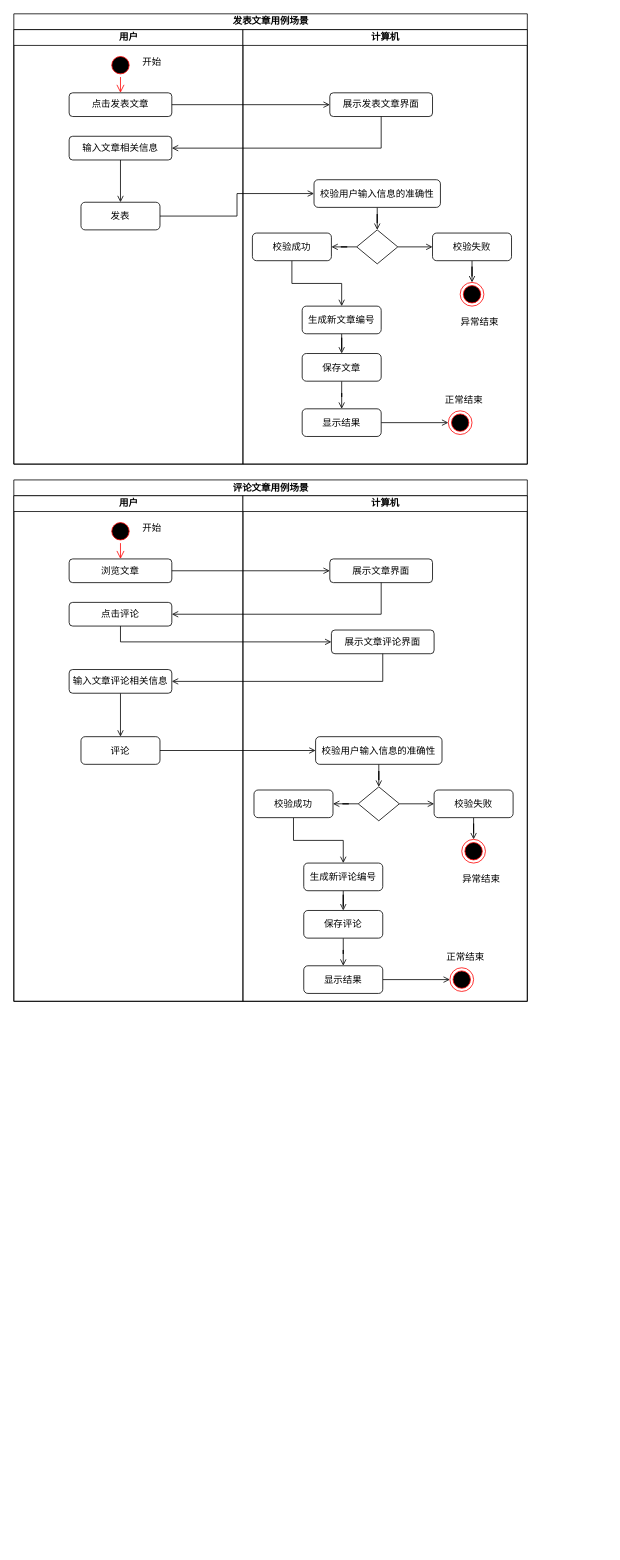
The draw.io diagram uml-系统用例场景.drawio in JMHello/draw, before the edit. Source tidied: cells renumbered, new cells numbered last; positions are measured from the earlier drawing's top-left corner, leaving out a move shared by most shapes. Both pictures are drawn from the tidied source at 79%, with x=0, y=0 at pixel (13, 13).
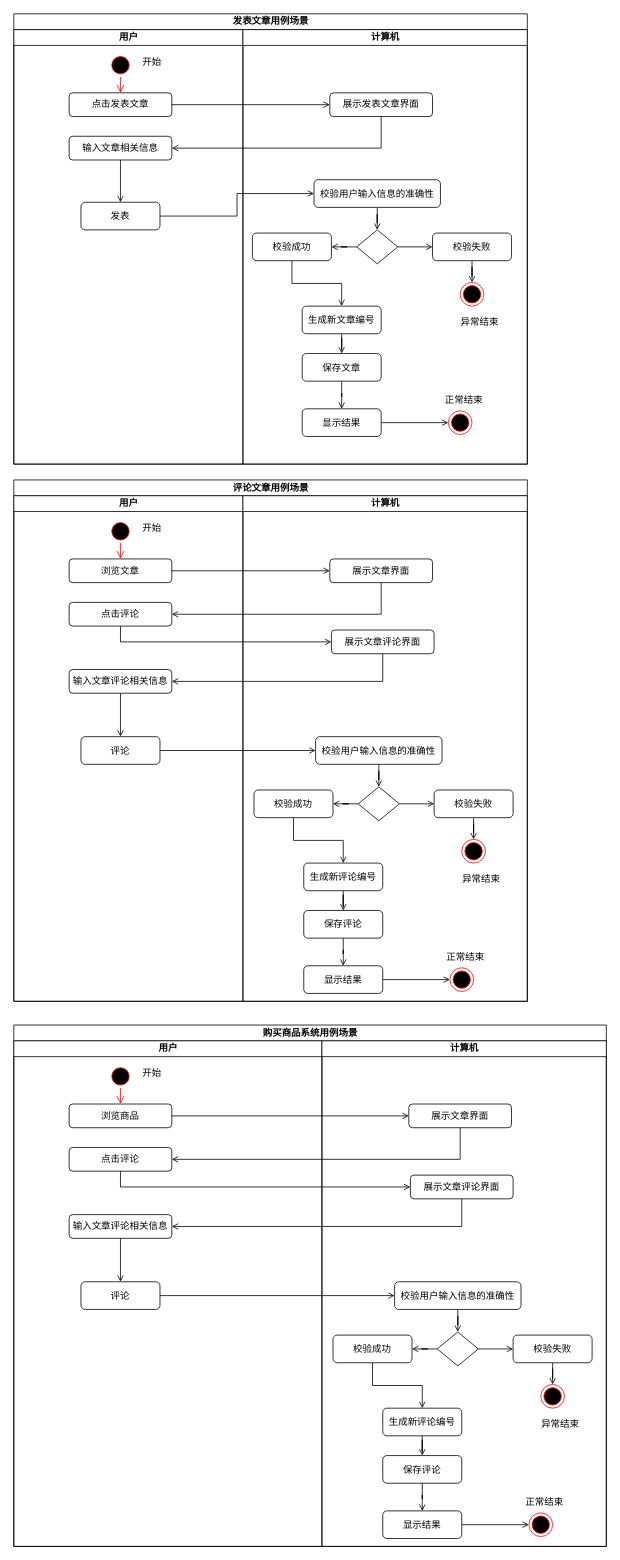
The same page after the edit.

Commit message:
Update uml-系统用例场景.drawio

Diff of the diagram source:
```diff
@@
+    <mxCell id="72" value="购买商品系统用例场景" style="swimlane;html=1;startSize=20;" parent="1" vertex="1">
+      <mxGeometry y="1280" width="750" height="660" as="geometry" />
+    </mxCell>
+    <mxCell id="73" value="用户" style="swimlane;html=1;startSize=20;" parent="72" vertex="1">
+      <mxGeometry y="20" width="390" height="640" as="geometry" />
+    </mxCell>
+    <mxCell id="74" style="ellipse;html=1;shape=startState;fillColor=#000000;strokeColor=#ff0000;" parent="73" vertex="1">
+      <mxGeometry x="120" y="30" width="30" height="30" as="geometry" />
+    </mxCell>
+    <mxCell id="75" style="edgeStyle=orthogonalEdgeStyle;html=1;verticalAlign=bottom;endArrow=open;endSize=8;strokeColor=#ff0000;entryX=0.5;entryY=0;entryDx=0;entryDy=0;" parent="73" edge="1" source="74" target="76">
+      <mxGeometry relative="1" as="geometry" />
+    </mxCell>
+    <mxCell id="76" value="浏览商品" style="rounded=1;whiteSpace=wrap;html=1;" parent="73" vertex="1">
+      <mxGeometry x="70" y="80" width="130" height="30" as="geometry" />
+    </mxCell>
+    <mxCell id="77" value="点击评论" style="rounded=1;whiteSpace=wrap;html=1;" parent="73" vertex="1">
+      <mxGeometry x="70" y="135" width="130" height="30" as="geometry" />
+    </mxCell>
+    <mxCell id="78" style="edgeStyle=orthogonalEdgeStyle;rounded=0;jettySize=auto;html=1;endArrow=open;endFill=0;" parent="73" edge="1" source="79" target="80">
+      <mxGeometry relative="1" as="geometry" />
+    </mxCell>
+    <mxCell id="79" value="输入文章评论相关信息" style="rounded=1;whiteSpace=wrap;html=1;" parent="73" vertex="1">
+      <mxGeometry x="70" y="220" width="130" height="30" as="geometry" />
+    </mxCell>
+    <mxCell id="80" value="评论" style="rounded=1;whiteSpace=wrap;html=1;" parent="73" vertex="1">
+      <mxGeometry x="85" y="305" width="100" height="35" as="geometry" />
+    </mxCell>
+    <mxCell id="81" value="开始" style="text;html=1;strokeColor=none;fillColor=none;align=center;verticalAlign=middle;whiteSpace=wrap;rounded=0;" parent="73" vertex="1">
+      <mxGeometry x="150" y="32" width="50" height="18" as="geometry" />
+    </mxCell>
+    <mxCell id="82" style="edgeStyle=orthogonalEdgeStyle;rounded=0;jettySize=auto;html=1;entryX=0;entryY=0.5;entryDx=0;entryDy=0;endArrow=open;endFill=0;" parent="72" edge="1" source="80" target="86">
+      <mxGeometry relative="1" as="geometry" />
+    </mxCell>
+    <mxCell id="83" value="计算机" style="swimlane;html=1;startSize=20;" parent="72" vertex="1">
+      <mxGeometry x="390" y="20" width="360" height="640" as="geometry" />
+    </mxCell>
+    <mxCell id="84" value="展示文章界面" style="rounded=1;whiteSpace=wrap;html=1;" parent="83" vertex="1">
+      <mxGeometry x="110" y="80" width="130" height="30" as="geometry" />
+    </mxCell>
+    <mxCell id="85" style="edgeStyle=orthogonalEdgeStyle;rounded=0;jettySize=auto;html=1;entryX=0.5;entryY=0;entryDx=0;entryDy=0;endArrow=open;endFill=0;" parent="83" edge="1" source="86" target="89">
+      <mxGeometry relative="1" as="geometry" />
+    </mxCell>
+    <mxCell id="86" value="校验用户输入信息的准确性" style="rounded=1;whiteSpace=wrap;html=1;" parent="83" vertex="1">
+      <mxGeometry x="92" y="305" width="160" height="35" as="geometry" />
+    </mxCell>
+    <mxCell id="87" style="edgeStyle=orthogonalEdgeStyle;rounded=0;jettySize=auto;html=1;entryX=0;entryY=0.5;entryDx=0;entryDy=0;endArrow=open;endFill=0;" parent="83" edge="1" source="89" target="91">
+      <mxGeometry relative="1" as="geometry" />
+    </mxCell>
+    <mxCell id="88" style="edgeStyle=orthogonalEdgeStyle;rounded=0;jettySize=auto;html=1;entryX=1;entryY=0.5;entryDx=0;entryDy=0;endArrow=open;endFill=0;" parent="83" edge="1" source="89" target="93">
+      <mxGeometry relative="1" as="geometry" />
+    </mxCell>
+    <mxCell id="89" style="rhombus;whiteSpace=wrap;html=1;" parent="83" vertex="1">
+      <mxGeometry x="146" y="368.5" width="52" height="43" as="geometry" />
+    </mxCell>
+    <mxCell id="90" style="edgeStyle=orthogonalEdgeStyle;rounded=0;jettySize=auto;html=1;entryX=0.5;entryY=0;entryDx=0;entryDy=0;endArrow=open;endFill=0;" parent="83" edge="1" source="91" target="100">
+      <mxGeometry relative="1" as="geometry" />
+    </mxCell>
+    <mxCell id="91" value="校验失败" style="rounded=1;whiteSpace=wrap;html=1;" parent="83" vertex="1">
+      <mxGeometry x="242" y="372.5" width="100" height="35" as="geometry" />
+    </mxCell>
+    <mxCell id="92" style="edgeStyle=orthogonalEdgeStyle;rounded=0;jettySize=auto;html=1;entryX=0.5;entryY=0;entryDx=0;entryDy=0;endArrow=open;endFill=0;" parent="83" edge="1" source="93" target="95">
+      <mxGeometry relative="1" as="geometry" />
+    </mxCell>
+    <mxCell id="93" value="校验成功" style="rounded=1;whiteSpace=wrap;html=1;" parent="83" vertex="1">
+      <mxGeometry x="14" y="372.5" width="100" height="35" as="geometry" />
+    </mxCell>
+    <mxCell id="94" style="edgeStyle=orthogonalEdgeStyle;rounded=0;jettySize=auto;html=1;endArrow=open;endFill=0;" parent="83" edge="1" source="95" target="97">
+      <mxGeometry relative="1" as="geometry" />
+    </mxCell>
+    <mxCell id="95" value="生成新评论编号" style="rounded=1;whiteSpace=wrap;html=1;" parent="83" vertex="1">
+      <mxGeometry x="77" y="465" width="100" height="35" as="geometry" />
+    </mxCell>
+    <mxCell id="96" style="edgeStyle=orthogonalEdgeStyle;rounded=0;jettySize=auto;html=1;endArrow=open;endFill=0;" parent="83" edge="1" source="97" target="99">
+      <mxGeometry relative="1" as="geometry" />
+    </mxCell>
+    <mxCell id="97" value="保存评论" style="rounded=1;whiteSpace=wrap;html=1;" parent="83" vertex="1">
+      <mxGeometry x="77" y="525" width="100" height="35" as="geometry" />
+    </mxCell>
+    <mxCell id="98" style="edgeStyle=orthogonalEdgeStyle;rounded=0;jettySize=auto;html=1;endArrow=open;endFill=0;" parent="83" edge="1" source="99" target="101">
+      <mxGeometry relative="1" as="geometry" />
+    </mxCell>
+    <mxCell id="99" value="显示结果" style="rounded=1;whiteSpace=wrap;html=1;" parent="83" vertex="1">
+      <mxGeometry x="77" y="595" width="100" height="35" as="geometry" />
+    </mxCell>
+    <mxCell id="100" style="ellipse;html=1;shape=endState;fillColor=#000000;strokeColor=#ff0000;" parent="83" vertex="1">
+      <mxGeometry x="277" y="435" width="30" height="30" as="geometry" />
+    </mxCell>
+    <mxCell id="101" style="ellipse;html=1;shape=endState;fillColor=#000000;strokeColor=#ff0000;" parent="83" vertex="1">
+      <mxGeometry x="262" y="597.5" width="30" height="30" as="geometry" />
+    </mxCell>
+    <mxCell id="102" value="异常结束" style="text;html=1;strokeColor=none;fillColor=none;align=center;verticalAlign=middle;whiteSpace=wrap;rounded=0;" parent="83" vertex="1">
+      <mxGeometry x="272" y="473" width="60" height="23" as="geometry" />
+    </mxCell>
+    <mxCell id="103" value="正常结束" style="text;html=1;strokeColor=none;fillColor=none;align=center;verticalAlign=middle;whiteSpace=wrap;rounded=0;" parent="83" vertex="1">
+      <mxGeometry x="252" y="572" width="60" height="23" as="geometry" />
+    </mxCell>
+    <mxCell id="104" value="展示文章评论界面" style="rounded=1;whiteSpace=wrap;html=1;" parent="83" vertex="1">
+      <mxGeometry x="112" y="170" width="130" height="30" as="geometry" />
+    </mxCell>
+    <mxCell id="105" style="edgeStyle=orthogonalEdgeStyle;rounded=0;jettySize=auto;html=1;endArrow=open;endFill=0;" parent="72" edge="1" source="76" target="84">
+      <mxGeometry relative="1" as="geometry" />
+    </mxCell>
+    <mxCell id="106" style="edgeStyle=orthogonalEdgeStyle;rounded=0;jettySize=auto;html=1;entryX=1;entryY=0.5;entryDx=0;entryDy=0;exitX=0.5;exitY=1;exitDx=0;exitDy=0;endArrow=open;endFill=0;" parent="72" edge="1" source="84" target="77">
+      <mxGeometry relative="1" as="geometry" />
+    </mxCell>
+    <mxCell id="107" style="edgeStyle=orthogonalEdgeStyle;rounded=0;jettySize=auto;html=1;endArrow=open;endFill=0;exitX=0.5;exitY=1;exitDx=0;exitDy=0;entryX=0;entryY=0.5;entryDx=0;entryDy=0;" parent="72" edge="1" source="77" target="104">
+      <mxGeometry relative="1" as="geometry" />
+    </mxCell>
+    <mxCell id="108" style="edgeStyle=orthogonalEdgeStyle;rounded=0;jettySize=auto;html=1;entryX=1;entryY=0.5;entryDx=0;entryDy=0;endArrow=open;endFill=0;exitX=0.5;exitY=1;exitDx=0;exitDy=0;" parent="72" edge="1" source="104" target="79">
+      <mxGeometry relative="1" as="geometry" />
+    </mxCell>
```
